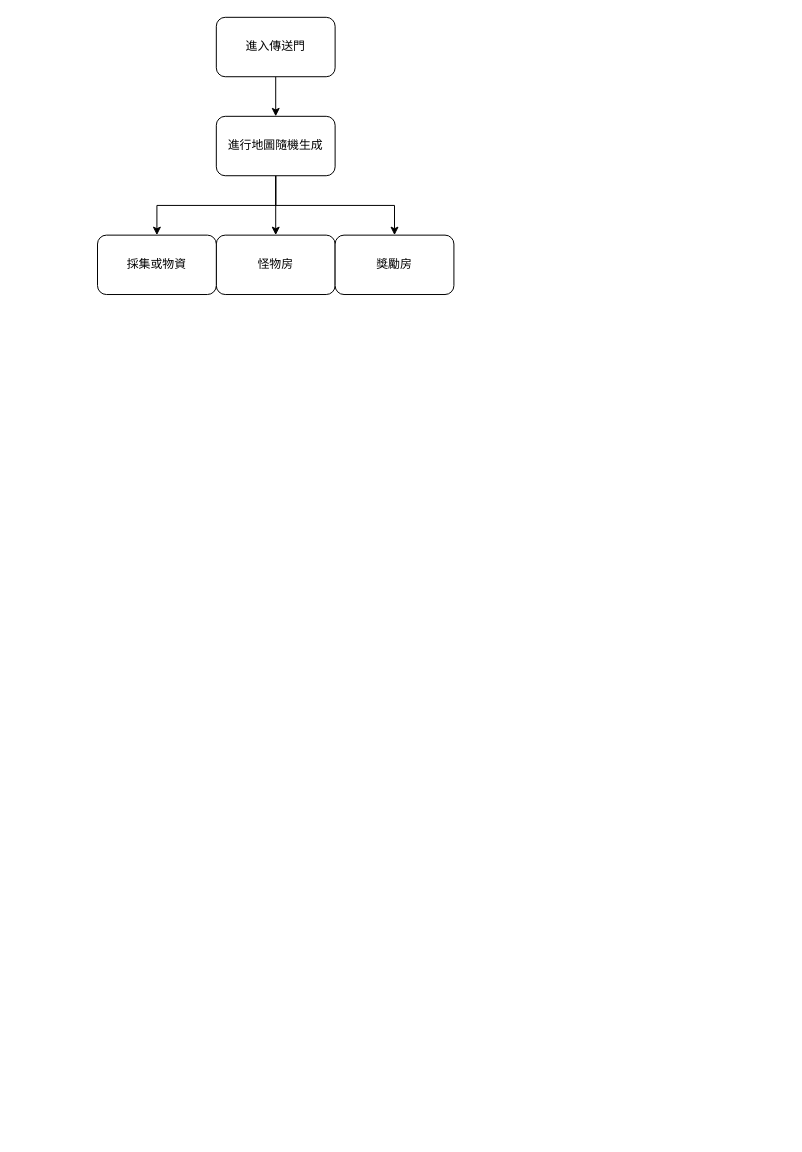
Fidowen/First_Game keeps this draw.io diagram as page "冒險流程" (2 of 4) of Plan/流程圖.drawio. Above is the earlier version. Source tidied: cells renumbered, new cells numbered last; positions are measured from the earlier drawing's top-left corner, leaving out a move shared by most shapes. Both pictures are drawn from the tidied source at 99%, with x=0, y=0 at pixel (97, 17).
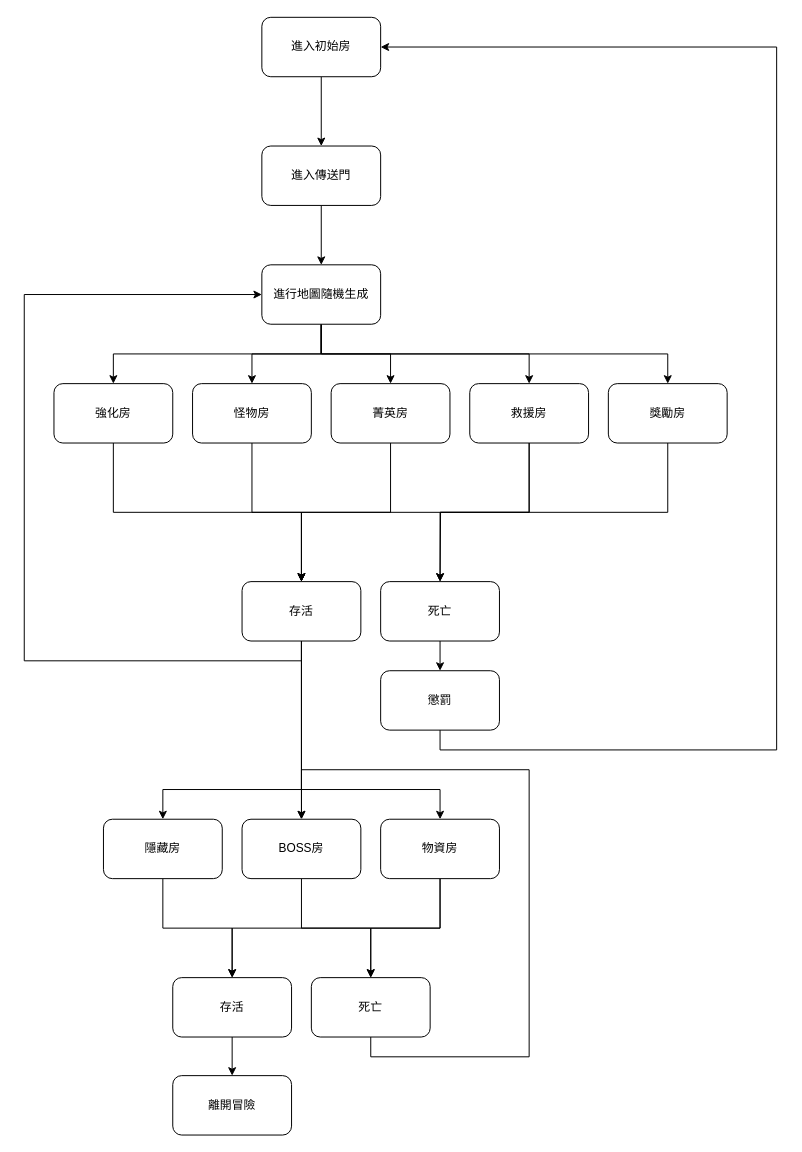
The same diagram, later.

The edit, as a diff of the source:
```diff
@@
-    <mxCell id="2" style="edgeStyle=orthogonalEdgeStyle;rounded=0;jettySize=auto;html=1;exitX=0.5;exitY=1;exitDx=0;exitDy=0;entryX=0.5;entryY=0;entryDx=0;entryDy=0;" parent="1" edge="1" source="3" target="7">
-      <mxGeometry relative="1" as="geometry" />
-    </mxCell>
+    <mxCell id="11" style="edgeStyle=orthogonalEdgeStyle;rounded=0;jettySize=auto;html=1;exitX=0.5;exitY=1;exitDx=0;exitDy=0;entryX=0.5;entryY=0;entryDx=0;entryDy=0;" parent="1" edge="1" source="3" target="31">
+      <mxGeometry relative="1" as="geometry" />
+    </mxCell>
-    <mxCell id="3" value="進入傳送門" style="rounded=1;whiteSpace=wrap;html=1;" parent="1" vertex="1">
-      <mxGeometry x="120" width="120" height="60" as="geometry" />
+    <mxCell id="3" value="進入初始房" style="rounded=1;whiteSpace=wrap;html=1;" parent="1" vertex="1">
+      <mxGeometry x="166" width="120" height="60" as="geometry" />
     </mxCell>
@@
-    <mxCell id="6" style="edgeStyle=orthogonalEdgeStyle;rounded=0;jettySize=auto;html=1;exitX=0.5;exitY=1;exitDx=0;exitDy=0;" parent="1" edge="1" source="7" target="9">
-      <mxGeometry relative="1" as="geometry" />
-    </mxCell>
+    <mxCell id="12" style="edgeStyle=orthogonalEdgeStyle;rounded=0;jettySize=auto;html=1;exitX=0.5;exitY=1;exitDx=0;exitDy=0;entryX=0.5;entryY=0;entryDx=0;entryDy=0;" parent="1" edge="1" source="7" target="20">
+      <mxGeometry relative="1" as="geometry" />
+    </mxCell>
+    <mxCell id="13" style="edgeStyle=orthogonalEdgeStyle;rounded=0;jettySize=auto;html=1;exitX=0.5;exitY=1;exitDx=0;exitDy=0;" parent="1" edge="1" source="7" target="25">
+      <mxGeometry relative="1" as="geometry" />
+    </mxCell>
+    <mxCell id="14" style="edgeStyle=orthogonalEdgeStyle;rounded=0;jettySize=auto;html=1;exitX=0.5;exitY=1;exitDx=0;exitDy=0;" parent="1" edge="1" source="7" target="29">
+      <mxGeometry relative="1" as="geometry" />
+    </mxCell>
     <mxCell id="7" value="進行地圖隨機生成" style="rounded=1;whiteSpace=wrap;html=1;" parent="1" vertex="1">
-      <mxGeometry x="120" y="100" width="120" height="60" as="geometry" />
+      <mxGeometry x="166" y="250" width="120" height="60" as="geometry" />
     </mxCell>
+    <mxCell id="15" style="edgeStyle=orthogonalEdgeStyle;rounded=0;jettySize=auto;html=1;exitX=0.5;exitY=1;exitDx=0;exitDy=0;entryX=0.5;entryY=0;entryDx=0;entryDy=0;" parent="1" edge="1" source="8" target="36">
+      <mxGeometry relative="1" as="geometry" />
+    </mxCell>
     <mxCell id="8" value="怪物房" style="rounded=1;whiteSpace=wrap;html=1;" parent="1" vertex="1">
-      <mxGeometry x="120" y="220" width="120" height="60" as="geometry" />
+      <mxGeometry x="96" y="370" width="120" height="60" as="geometry" />
     </mxCell>
+    <mxCell id="16" style="edgeStyle=orthogonalEdgeStyle;rounded=0;jettySize=auto;html=1;exitX=0.5;exitY=1;exitDx=0;exitDy=0;entryX=0.5;entryY=0;entryDx=0;entryDy=0;" parent="1" edge="1" source="9" target="44">
+      <mxGeometry relative="1" as="geometry" />
+    </mxCell>
+    <mxCell id="17" style="edgeStyle=orthogonalEdgeStyle;rounded=0;jettySize=auto;html=1;exitX=0.5;exitY=1;exitDx=0;exitDy=0;" parent="1" edge="1" source="9" target="42">
+      <mxGeometry relative="1" as="geometry" />
+    </mxCell>
-    <mxCell id="9" value="採集或物資" style="rounded=1;whiteSpace=wrap;html=1;" parent="1" vertex="1">
-      <mxGeometry y="220" width="120" height="60" as="geometry" />
+    <mxCell id="9" value="物資房" style="rounded=1;whiteSpace=wrap;html=1;" parent="1" vertex="1">
+      <mxGeometry x="286" y="810" width="120" height="60" as="geometry" />
     </mxCell>
+    <mxCell id="18" style="edgeStyle=orthogonalEdgeStyle;rounded=0;jettySize=auto;html=1;exitX=0.5;exitY=1;exitDx=0;exitDy=0;" parent="1" edge="1" source="10">
+      <mxGeometry relative="1" as="geometry">
+        <mxPoint x="346" y="570" as="targetPoint" />
+      </mxGeometry>
+    </mxCell>
     <mxCell id="10" value="獎勵房" style="rounded=1;whiteSpace=wrap;html=1;" parent="1" vertex="1">
-      <mxGeometry x="240" y="220" width="120" height="60" as="geometry" />
+      <mxGeometry x="516" y="370" width="120" height="60" as="geometry" />
     </mxCell>
+    <mxCell id="19" style="edgeStyle=orthogonalEdgeStyle;rounded=0;jettySize=auto;html=1;exitX=0.5;exitY=1;exitDx=0;exitDy=0;entryX=0.5;entryY=0;entryDx=0;entryDy=0;" parent="1" edge="1" source="20" target="36">
+      <mxGeometry relative="1" as="geometry" />
+    </mxCell>
+    <mxCell id="20" value="菁英房" style="rounded=1;whiteSpace=wrap;html=1;" parent="1" vertex="1">
+      <mxGeometry x="236" y="370" width="120" height="60" as="geometry" />
+    </mxCell>
+    <mxCell id="21" style="edgeStyle=orthogonalEdgeStyle;rounded=0;jettySize=auto;html=1;exitX=0.5;exitY=1;exitDx=0;exitDy=0;entryX=0.5;entryY=0;entryDx=0;entryDy=0;" parent="1" edge="1" source="22" target="44">
+      <mxGeometry relative="1" as="geometry" />
+    </mxCell>
+    <mxCell id="22" value="BOSS房" style="rounded=1;whiteSpace=wrap;html=1;" parent="1" vertex="1">
+      <mxGeometry x="146" y="810" width="120" height="60" as="geometry" />
+    </mxCell>
+    <mxCell id="23" style="edgeStyle=orthogonalEdgeStyle;rounded=0;jettySize=auto;html=1;exitX=0.5;exitY=1;exitDx=0;exitDy=0;entryX=0.5;entryY=0;entryDx=0;entryDy=0;" parent="1" edge="1" source="25" target="38">
+      <mxGeometry relative="1" as="geometry" />
+    </mxCell>
+    <mxCell id="24" style="edgeStyle=orthogonalEdgeStyle;rounded=0;jettySize=auto;html=1;exitX=0.5;exitY=1;exitDx=0;exitDy=0;entryX=0.5;entryY=0;entryDx=0;entryDy=0;" parent="1" edge="1" source="25" target="36">
+      <mxGeometry relative="1" as="geometry" />
+    </mxCell>
+    <mxCell id="25" value="救援房" style="rounded=1;whiteSpace=wrap;html=1;" parent="1" vertex="1">
+      <mxGeometry x="376" y="370" width="120" height="60" as="geometry" />
+    </mxCell>
+    <mxCell id="26" style="edgeStyle=orthogonalEdgeStyle;rounded=0;jettySize=auto;html=1;exitX=0.5;exitY=1;exitDx=0;exitDy=0;entryX=0.5;entryY=0;entryDx=0;entryDy=0;" parent="1" edge="1" source="27" target="42">
+      <mxGeometry relative="1" as="geometry" />
+    </mxCell>
+    <mxCell id="27" value="隱藏房" style="rounded=1;whiteSpace=wrap;html=1;" parent="1" vertex="1">
+      <mxGeometry x="6" y="810" width="120" height="60" as="geometry" />
+    </mxCell>
+    <mxCell id="28" style="edgeStyle=orthogonalEdgeStyle;rounded=0;jettySize=auto;html=1;exitX=0.5;exitY=1;exitDx=0;exitDy=0;entryX=0.5;entryY=0;entryDx=0;entryDy=0;" parent="1" edge="1" source="29" target="36">
+      <mxGeometry relative="1" as="geometry" />
+    </mxCell>
+    <mxCell id="29" value="強化房" style="rounded=1;whiteSpace=wrap;html=1;" parent="1" vertex="1">
+      <mxGeometry x="-44" y="370" width="120" height="60" as="geometry" />
+    </mxCell>
+    <mxCell id="30" style="edgeStyle=orthogonalEdgeStyle;rounded=0;jettySize=auto;html=1;exitX=0.5;exitY=1;exitDx=0;exitDy=0;" parent="1" edge="1" source="31" target="7">
+      <mxGeometry relative="1" as="geometry" />
+    </mxCell>
+    <mxCell id="31" value="進入傳送門" style="rounded=1;whiteSpace=wrap;html=1;" parent="1" vertex="1">
+      <mxGeometry x="166" y="130" width="120" height="60" as="geometry" />
+    </mxCell>
+    <mxCell id="32" style="edgeStyle=orthogonalEdgeStyle;rounded=0;jettySize=auto;html=1;exitX=0.5;exitY=1;exitDx=0;exitDy=0;entryX=0;entryY=0.5;entryDx=0;entryDy=0;" parent="1" edge="1" source="36" target="7">
+      <mxGeometry relative="1" as="geometry">
+        <Array as="points">
+          <mxPoint x="206" y="650" />
+          <mxPoint x="-74" y="650" />
+          <mxPoint x="-74" y="280" />
+        </Array>
+      </mxGeometry>
+    </mxCell>
+    <mxCell id="33" style="edgeStyle=orthogonalEdgeStyle;rounded=0;jettySize=auto;html=1;exitX=0.5;exitY=1;exitDx=0;exitDy=0;" parent="1" edge="1" source="36" target="9">
+      <mxGeometry relative="1" as="geometry">
+        <Array as="points">
+          <mxPoint x="206" y="780" />
+          <mxPoint x="346" y="780" />
+        </Array>
+      </mxGeometry>
+    </mxCell>
+    <mxCell id="34" style="edgeStyle=orthogonalEdgeStyle;rounded=0;jettySize=auto;html=1;exitX=0.5;exitY=1;exitDx=0;exitDy=0;entryX=0.5;entryY=0;entryDx=0;entryDy=0;" parent="1" edge="1" source="36" target="22">
+      <mxGeometry relative="1" as="geometry" />
+    </mxCell>
+    <mxCell id="35" style="edgeStyle=orthogonalEdgeStyle;rounded=0;jettySize=auto;html=1;exitX=0.5;exitY=1;exitDx=0;exitDy=0;" parent="1" edge="1" source="36" target="27">
+      <mxGeometry relative="1" as="geometry">
+        <Array as="points">
+          <mxPoint x="206" y="780" />
+          <mxPoint x="66" y="780" />
+        </Array>
+      </mxGeometry>
+    </mxCell>
+    <mxCell id="36" value="存活" style="rounded=1;whiteSpace=wrap;html=1;" parent="1" vertex="1">
+      <mxGeometry x="146" y="570" width="120" height="60" as="geometry" />
+    </mxCell>
+    <mxCell id="37" style="edgeStyle=orthogonalEdgeStyle;rounded=0;jettySize=auto;html=1;exitX=0.5;exitY=1;exitDx=0;exitDy=0;entryX=0.5;entryY=0;entryDx=0;entryDy=0;" parent="1" edge="1" source="38" target="40">
+      <mxGeometry relative="1" as="geometry" />
+    </mxCell>
+    <mxCell id="38" value="死亡" style="rounded=1;whiteSpace=wrap;html=1;" parent="1" vertex="1">
+      <mxGeometry x="286" y="570" width="120" height="60" as="geometry" />
+    </mxCell>
+    <mxCell id="39" style="edgeStyle=orthogonalEdgeStyle;rounded=0;jettySize=auto;html=1;exitX=0.5;exitY=1;exitDx=0;exitDy=0;entryX=1;entryY=0.5;entryDx=0;entryDy=0;" parent="1" edge="1" source="40" target="3">
+      <mxGeometry relative="1" as="geometry">
+        <Array as="points">
+          <mxPoint x="346" y="740" />
+          <mxPoint x="686" y="740" />
+          <mxPoint x="686" y="30" />
+        </Array>
+      </mxGeometry>
+    </mxCell>
+    <mxCell id="40" value="懲罰" style="rounded=1;whiteSpace=wrap;html=1;" parent="1" vertex="1">
+      <mxGeometry x="286" y="660" width="120" height="60" as="geometry" />
+    </mxCell>
+    <mxCell id="41" style="edgeStyle=orthogonalEdgeStyle;rounded=0;jettySize=auto;html=1;exitX=0.5;exitY=1;exitDx=0;exitDy=0;entryX=0.5;entryY=0;entryDx=0;entryDy=0;" parent="1" edge="1" source="42" target="45">
+      <mxGeometry relative="1" as="geometry" />
+    </mxCell>
+    <mxCell id="42" value="存活" style="rounded=1;whiteSpace=wrap;html=1;" parent="1" vertex="1">
+      <mxGeometry x="76" y="970" width="120" height="60" as="geometry" />
+    </mxCell>
+    <mxCell id="43" style="edgeStyle=orthogonalEdgeStyle;rounded=0;jettySize=auto;html=1;exitX=0.5;exitY=1;exitDx=0;exitDy=0;entryX=0.5;entryY=0;entryDx=0;entryDy=0;" parent="1" edge="1" source="44" target="22">
+      <mxGeometry relative="1" as="geometry">
+        <Array as="points">
+          <mxPoint x="276" y="1050" />
+          <mxPoint x="436" y="1050" />
+          <mxPoint x="436" y="760" />
+          <mxPoint x="206" y="760" />
+        </Array>
+      </mxGeometry>
+    </mxCell>
+    <mxCell id="44" value="死亡" style="rounded=1;whiteSpace=wrap;html=1;" parent="1" vertex="1">
+      <mxGeometry x="216" y="970" width="120" height="60" as="geometry" />
+    </mxCell>
+    <mxCell id="45" value="離開冒險" style="rounded=1;whiteSpace=wrap;html=1;" parent="1" vertex="1">
+      <mxGeometry x="76" y="1069" width="120" height="60" as="geometry" />
+    </mxCell>
```
